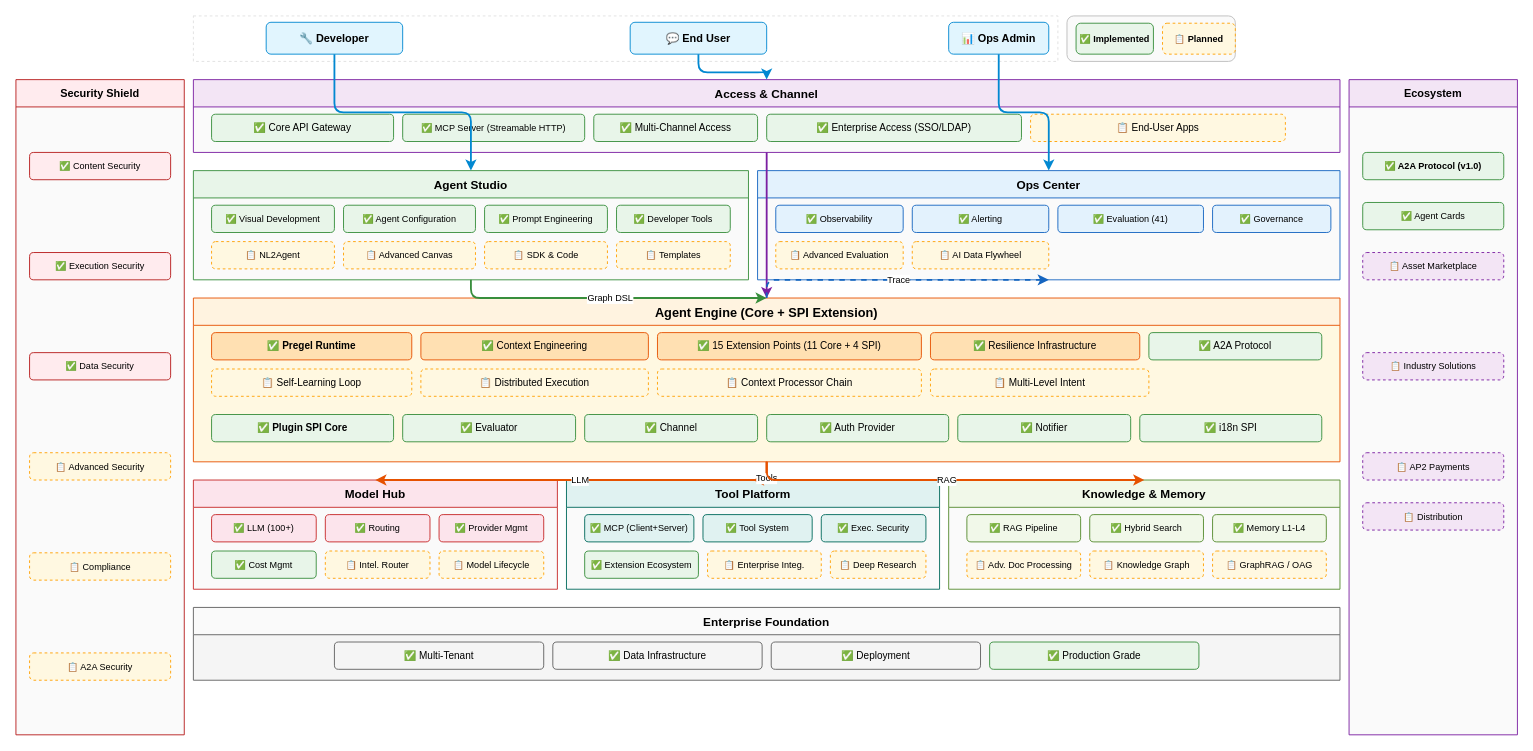
xueyufish/hecate keeps this draw.io diagram as docs/design/hardware/hardware_architecture.drawio. Above is the earlier version. Source tidied: cells renumbered, new cells numbered last; positions are measured from the earlier drawing's top-left corner, leaving out a move shared by most shapes. Both pictures are drawn from the tidied source at 91%, with x=0, y=0 at pixel (15, 15).
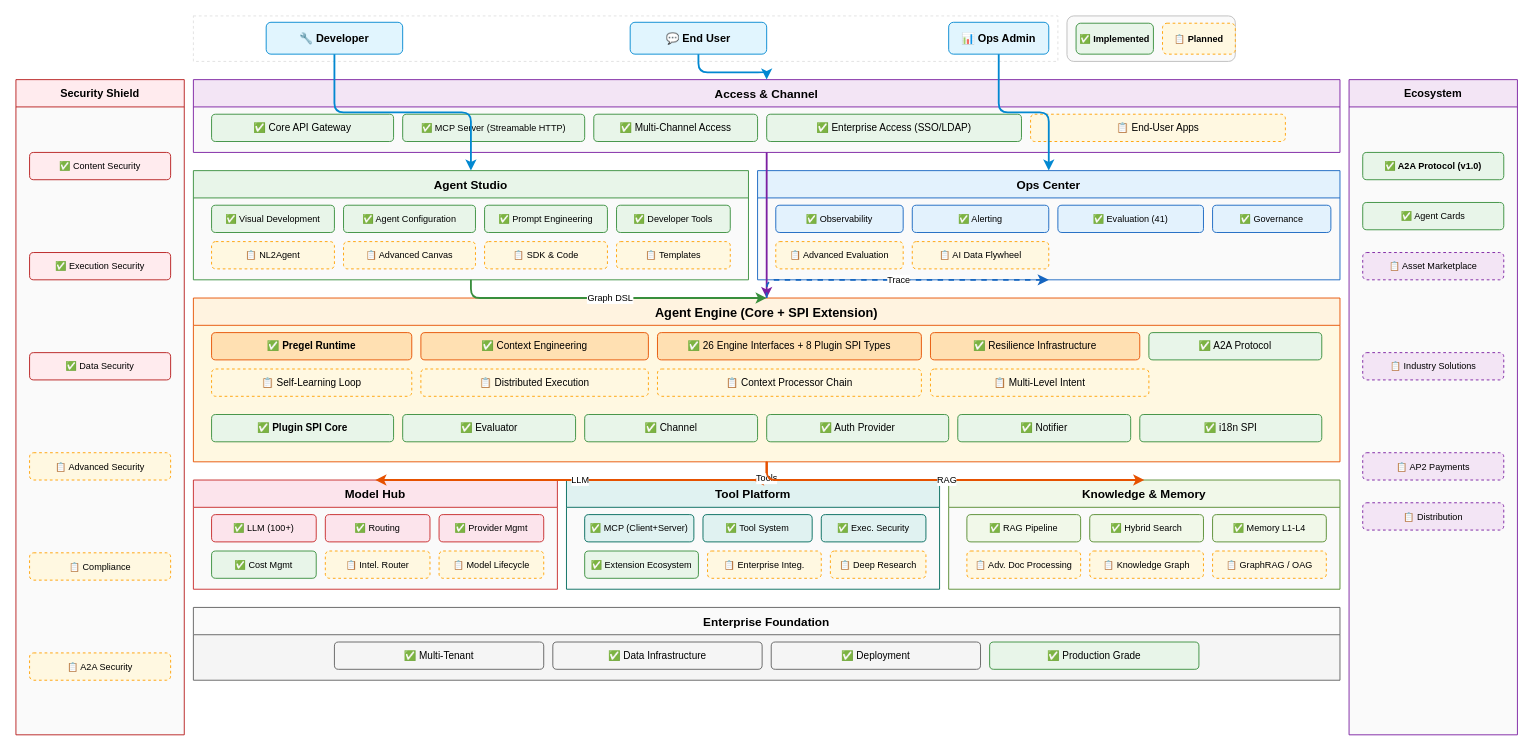
After the change.

Unchanged cells that the change refers to:
```xml
<mxCell id="45" value="Agent Engine (Core + SPI Extension)" style="swimlane;startSize=30;fillColor=#FFF3E0;strokeColor=#E65100;fontSize=14;fontStyle=1;swimlaneFillColor=#FFF8E1;" parent="1" vertex="1">
  <mxGeometry x="195" y="310" width="1260" height="180" as="geometry" />
</mxCell>
```

The edit, as a diff of the source:
```diff
@@
-    <mxCell id="48" value="✅ 15 Extension Points (11 Core + 4 SPI)" style="rounded=1;whiteSpace=wrap;html=1;fillColor=#FFE0B2;strokeColor=#E65100;fontSize=11;" parent="45" vertex="1">
+    <mxCell id="48" value="✅ 26 Engine Interfaces + 8 Plugin SPI Types" style="rounded=1;whiteSpace=wrap;html=1;fillColor=#FFE0B2;strokeColor=#E65100;fontSize=11;" parent="45" vertex="1">
       <mxGeometry x="510" y="38" width="290" height="30" as="geometry" />
     </mxCell>
```
